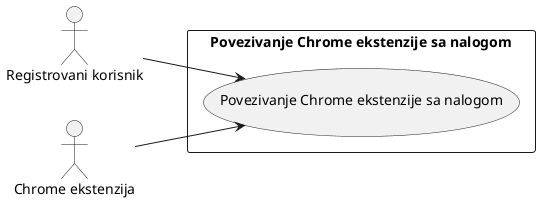
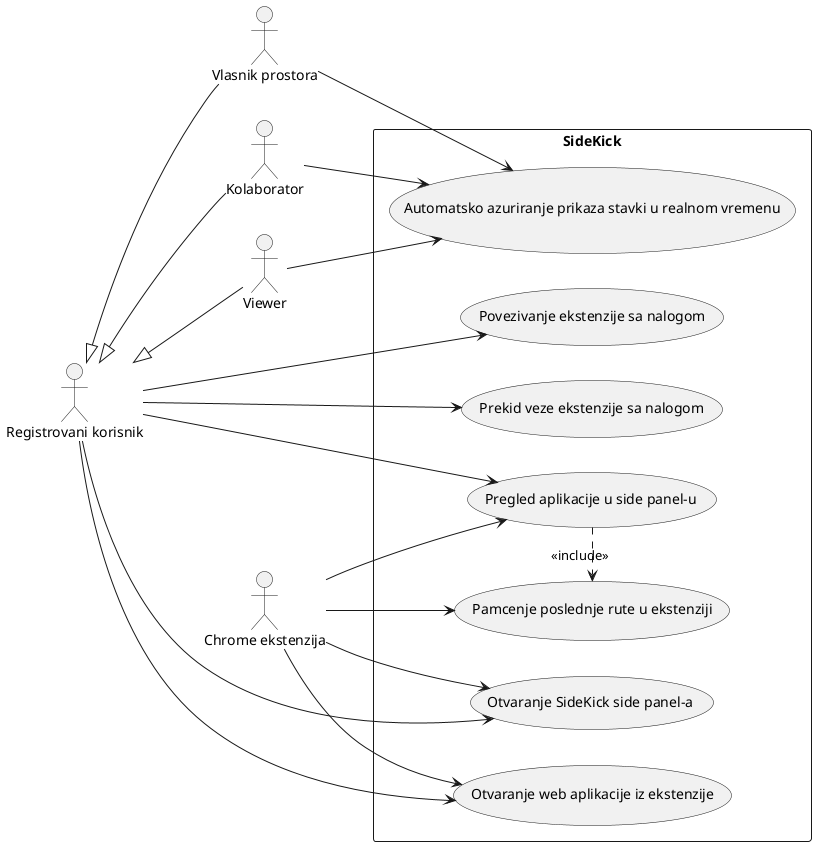
' Diagram type: PlantUML
@startuml
left to right direction
skinparam packageStyle rectangle

actor "Registrovani korisnik" as User
+ actor "Vlasnik prostora" as Owner
+ actor "Kolaborator" as Collaborator
+ actor "Viewer" as Viewer
actor "Chrome ekstenzija" as Extension

- rectangle "Povezivanje Chrome ekstenzije sa nalogom" {
-   usecase "Povezivanje Chrome ekstenzije sa nalogom" as UC_ConnectExtension
+ User <|-- Owner
+ User <|-- Collaborator
+ User <|-- Viewer
+ 
+ rectangle "SideKick" {
+   usecase "Otvaranje SideKick side panel-a" as UC_OpenSidePanel
+   usecase "Povezivanje ekstenzije sa nalogom" as UC_ConnectExtension
+   usecase "Pregled aplikacije u side panel-u" as UC_ViewInPanel
+   usecase "Otvaranje web aplikacije iz ekstenzije" as UC_OpenWebFromExtension
+   usecase "Prekid veze ekstenzije sa nalogom" as UC_DisconnectExtension
+   usecase "Pamcenje poslednje rute u ekstenziji" as UC_RememberRoute
+   usecase "Automatsko azuriranje prikaza stavki u realnom vremenu" as UC_LiveUpdates
}

+ User --> UC_OpenSidePanel
User --> UC_ConnectExtension
- Extension --> UC_ConnectExtension
+ User --> UC_ViewInPanel
+ User --> UC_OpenWebFromExtension
+ User --> UC_DisconnectExtension
+ 
+ Extension --> UC_OpenSidePanel
+ Extension --> UC_ViewInPanel
+ Extension --> UC_OpenWebFromExtension
+ Extension --> UC_RememberRoute
+ 
+ Owner --> UC_LiveUpdates
+ Collaborator --> UC_LiveUpdates
+ Viewer --> UC_LiveUpdates
+ 
+ UC_ViewInPanel .> UC_RememberRoute : <<include>>

@enduml
